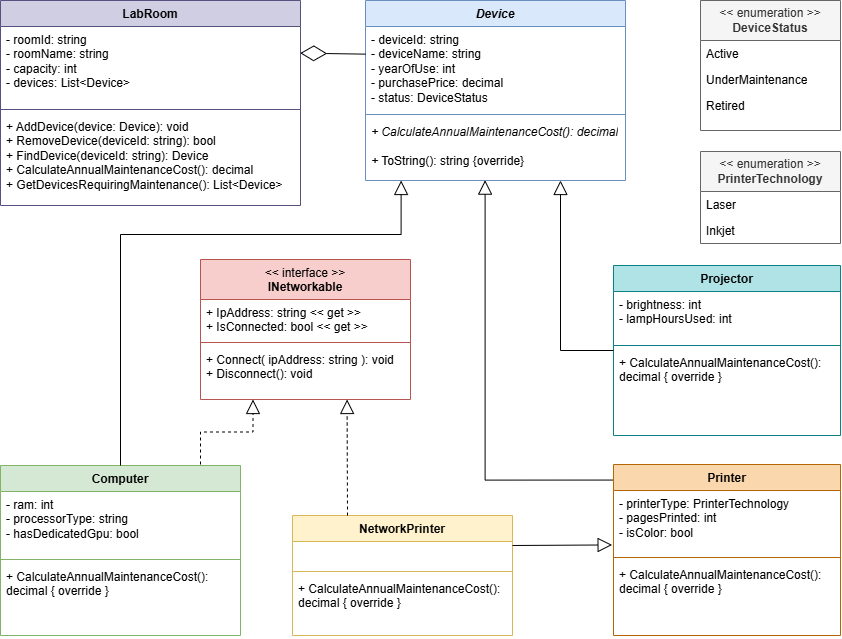
This is LAB_05/UML/UML.png from Vithx06/OOP_LAB, a draw.io export, as it was before one commit. Source tidied: cells renumbered, new cells last; positions are measured from the earlier drawing's top-left corner, leaving out a move shared by most shapes.
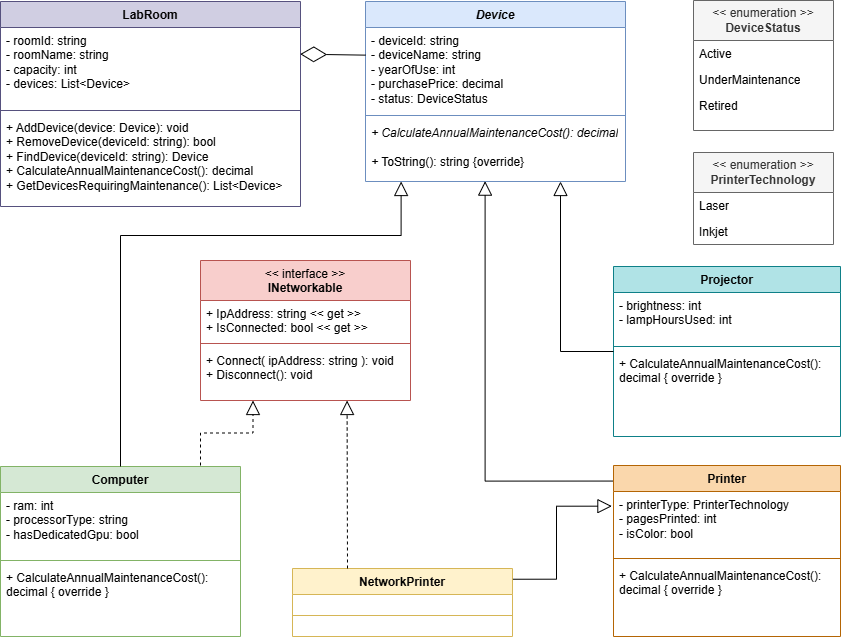
The same file after the commit.

Change to the diagram source:
```diff
@@ -15,7 +15,7 @@
       <mxGeometry y="118" width="260" height="62" as="geometry" />
     </mxCell>
     <mxCell id="6" value="&lt;div&gt;&amp;lt;&amp;lt; enumeration &amp;gt;&amp;gt;&lt;/div&gt;&lt;div&gt;&lt;b&gt;DeviceStatus&lt;/b&gt;&lt;/div&gt;" style="swimlane;fontStyle=0;horizontal=1;startSize=40;fillColor=#f5f5f5;whiteSpace=wrap;html=1;fontColor=#333333;strokeColor=#666666;" parent="1" vertex="1">
-      <mxGeometry x="700" width="140" height="130" as="geometry" />
+      <mxGeometry x="693" y="-1" width="140" height="130" as="geometry" />
     </mxCell>
     <mxCell id="7" value="Active" style="text;strokeColor=none;fillColor=none;align=left;verticalAlign=top;spacingLeft=4;spacingRight=4;overflow=hidden;whiteSpace=wrap;html=1;" parent="6" vertex="1">
       <mxGeometry y="40" width="140" height="26" as="geometry" />
@@ -39,7 +39,7 @@
       <mxGeometry y="98" width="240" height="72" as="geometry" />
     </mxCell>
     <mxCell id="14" value="&lt;div&gt;&amp;lt;&amp;lt; enumeration &amp;gt;&amp;gt;&lt;/div&gt;&lt;div&gt;&lt;b&gt;PrinterTechnology&lt;/b&gt;&lt;/div&gt;" style="swimlane;fontStyle=0;horizontal=1;startSize=40;fillColor=#f5f5f5;whiteSpace=wrap;html=1;fontColor=#333333;strokeColor=#666666;" parent="1" vertex="1">
-      <mxGeometry x="700" y="151" width="140" height="92" as="geometry" />
+      <mxGeometry x="693" y="151" width="140" height="92" as="geometry" />
     </mxCell>
     <mxCell id="15" value="Laser" style="text;strokeColor=none;fillColor=none;align=left;verticalAlign=top;spacingLeft=4;spacingRight=4;overflow=hidden;whiteSpace=wrap;html=1;" parent="14" vertex="1">
       <mxGeometry y="40" width="140" height="26" as="geometry" />
@@ -118,22 +118,27 @@
       </mxGeometry>
     </mxCell>
     <mxCell id="38" value="NetworkPrinter" style="swimlane;fontStyle=1;align=center;verticalAlign=top;horizontal=1;startSize=26;whiteSpace=wrap;html=1;fillColor=#fff2cc;strokeColor=#d6b656;" parent="1" vertex="1">
-      <mxGeometry x="292" y="515" width="220" height="120" as="geometry" />
+      <mxGeometry x="292" y="567" width="220" height="68" as="geometry" />
     </mxCell>
     <mxCell id="39" value="&amp;nbsp;" style="text;strokeColor=none;fillColor=none;align=left;verticalAlign=top;spacingLeft=4;spacingRight=4;overflow=hidden;whiteSpace=wrap;html=1;" parent="38" vertex="1">
-      <mxGeometry y="26" width="220" height="26" as="geometry" />
+      <mxGeometry y="26" width="220" height="17" as="geometry" />
     </mxCell>
     <mxCell id="40" style="line;strokeWidth=1;fillColor=none;align=left;verticalAlign=middle;spacingTop=-1;spacingLeft=3;spacingRight=3;labelPosition=right;strokeColor=inherit;" parent="38" vertex="1">
-      <mxGeometry y="52" width="220" height="8" as="geometry" />
+      <mxGeometry y="43" width="220" height="8" as="geometry" />
     </mxCell>
-    <mxCell id="41" value="+ CalculateAnnualMaintenanceCost():&amp;nbsp; decimal { override }" style="text;strokeColor=none;fillColor=none;align=left;verticalAlign=top;spacingLeft=4;spacingRight=4;overflow=hidden;whiteSpace=wrap;html=1;" parent="38" vertex="1">
-      <mxGeometry y="60" width="220" height="60" as="geometry" />
+    <mxCell id="41" value="&amp;nbsp;" style="text;strokeColor=none;fillColor=none;align=left;verticalAlign=top;spacingLeft=4;spacingRight=4;overflow=hidden;whiteSpace=wrap;html=1;" parent="38" vertex="1">
+      <mxGeometry y="51" width="220" height="17" as="geometry" />
     </mxCell>
     <mxCell id="42" style="endArrow=block;dashed=1;endFill=0;endSize=12;html=1;rounded=0;exitX=0.25;exitY=0;exitDx=0;exitDy=0;entryX=0.698;entryY=1;entryDx=0;entryDy=0;entryPerimeter=0;" parent="1" edge="1" source="38" target="35">
       <mxGeometry x="0.07" relative="1" as="geometry" />
     </mxCell>
-    <mxCell id="43" style="endArrow=block;endFill=0;endSize=12;html=1;rounded=0;exitX=1;exitY=0.25;exitDx=0;exitDy=0;entryX=-0.006;entryY=0.864;entryDx=0;entryDy=0;entryPerimeter=0;" parent="1" edge="1" source="38" target="28">
-      <mxGeometry relative="1" as="geometry" />
+    <mxCell id="43" style="endArrow=block;endFill=0;endSize=12;html=1;rounded=0;exitX=1.002;exitY=0.158;exitDx=0;exitDy=0;entryX=-0.007;entryY=0.233;entryDx=0;entryDy=0;entryPerimeter=0;exitPerimeter=0;edgeStyle=orthogonalEdgeStyle;" parent="1" edge="1" source="38" target="28">
+      <mxGeometry relative="1" as="geometry">
+        <Array as="points">
+          <mxPoint x="556" y="577.7" />
+          <mxPoint x="556" y="504.7" />
+        </Array>
+      </mxGeometry>
     </mxCell>
   </root>
 </mxGraphModel>
```
